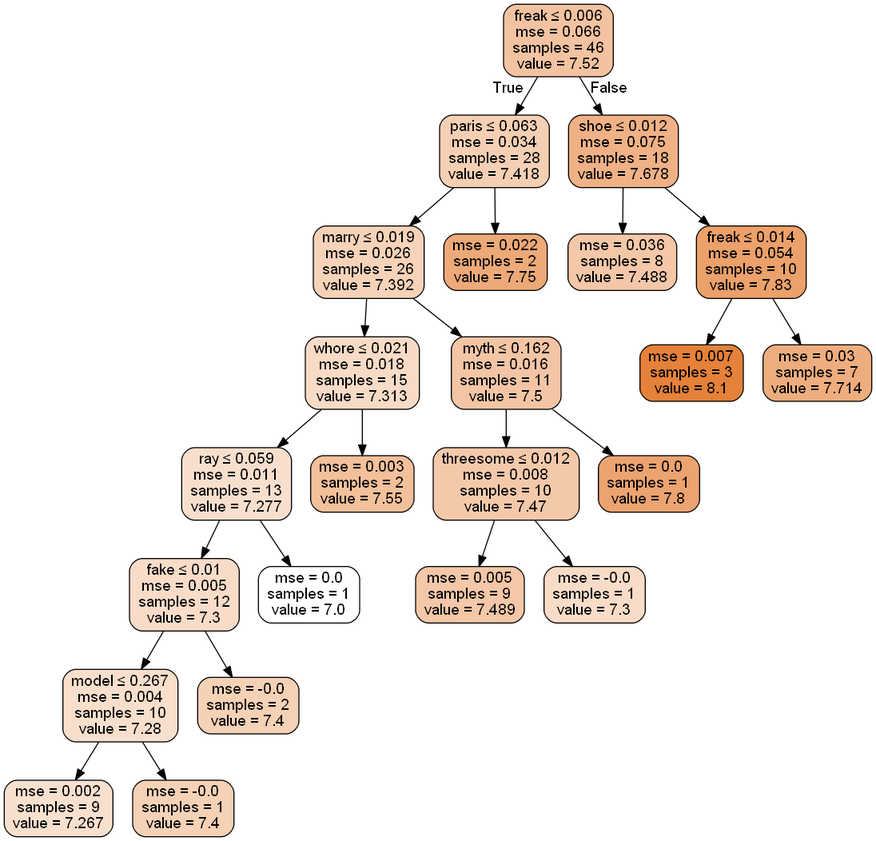
Above: Source.gv.png in ranilovi/SATC_rating_prediction (Graphviz), before the change. Its source is kept beside it as Source.gv.
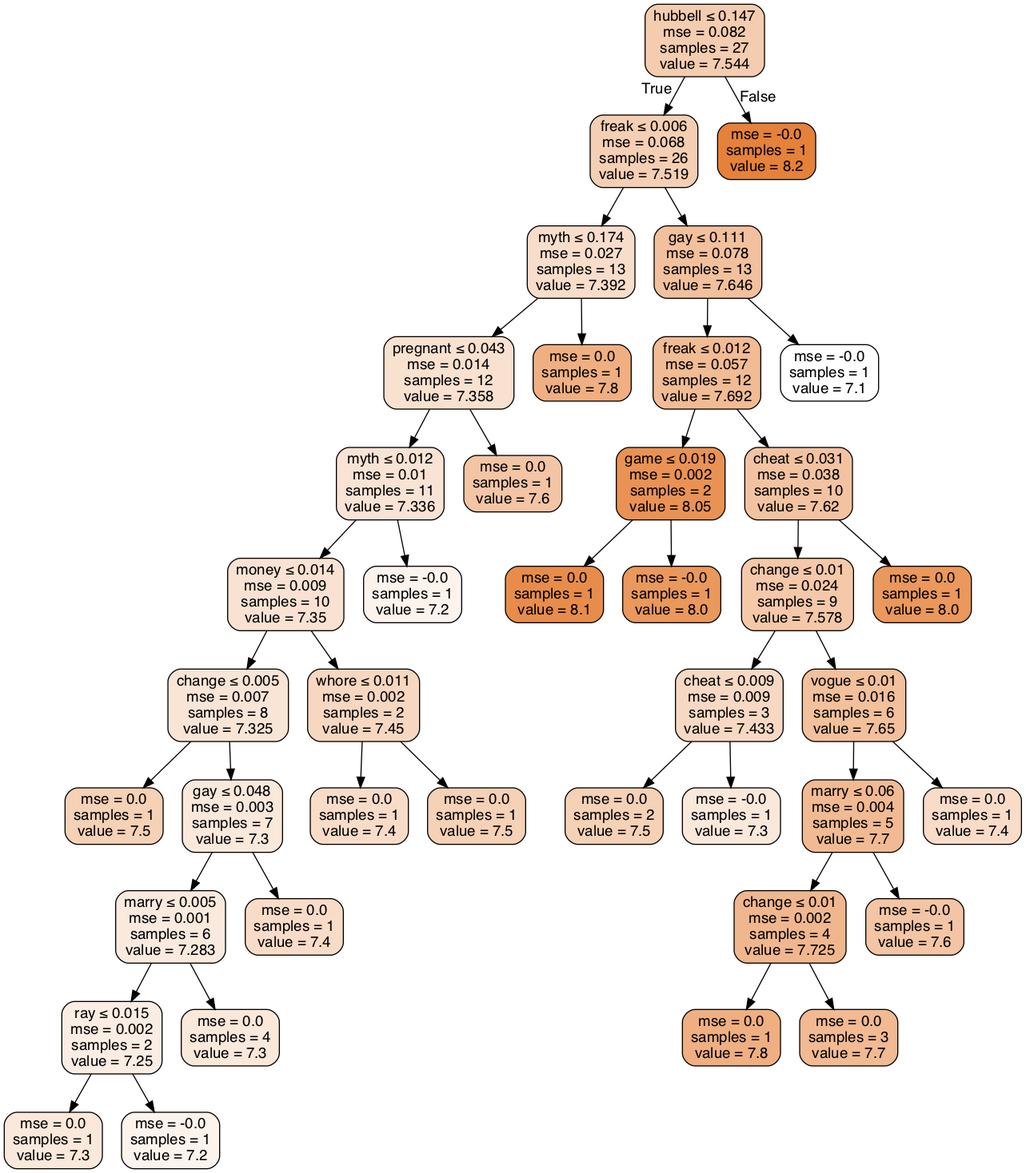
The same diagram one commit later.

Diff of the diagram source:
```diff
@@ -1,49 +1,85 @@
 digraph Tree {
 node [shape=box, style="filled, rounded", color="black", fontname=helvetica] ;
 edge [fontname=helvetica] ;
-0 [label=<freak &le; 0.006<br/>mse = 0.066<br/>samples = 46<br/>value = 7.52>, fillcolor="#e5813978"] ;
-1 [label=<paris &le; 0.063<br/>mse = 0.034<br/>samples = 28<br/>value = 7.418>, fillcolor="#e5813961"] ;
+0 [label=<hubbell &le; 0.147<br/>mse = 0.082<br/>samples = 27<br/>value = 7.544>, fillcolor="#e5813967"] ;
+1 [label=<freak &le; 0.006<br/>mse = 0.068<br/>samples = 26<br/>value = 7.519>, fillcolor="#e5813961"] ;
 0 -> 1 [labeldistance=2.5, labelangle=45, headlabel="True"] ;
-2 [label=<marry &le; 0.019<br/>mse = 0.026<br/>samples = 26<br/>value = 7.392>, fillcolor="#e581395b"] ;
+2 [label=<myth &le; 0.174<br/>mse = 0.027<br/>samples = 13<br/>value = 7.392>, fillcolor="#e5813944"] ;
 1 -> 2 ;
-3 [label=<whore &le; 0.021<br/>mse = 0.018<br/>samples = 15<br/>value = 7.313>, fillcolor="#e5813949"] ;
+3 [label=<pregnant &le; 0.043<br/>mse = 0.014<br/>samples = 12<br/>value = 7.358>, fillcolor="#e581393c"] ;
 2 -> 3 ;
-4 [label=<ray &le; 0.059<br/>mse = 0.011<br/>samples = 13<br/>value = 7.277>, fillcolor="#e5813940"] ;
+4 [label=<myth &le; 0.012<br/>mse = 0.01<br/>samples = 11<br/>value = 7.336>, fillcolor="#e5813937"] ;
 3 -> 4 ;
-5 [label=<fake &le; 0.01<br/>mse = 0.005<br/>samples = 12<br/>value = 7.3>, fillcolor="#e5813946"] ;
+5 [label=<money &le; 0.014<br/>mse = 0.009<br/>samples = 10<br/>value = 7.35>, fillcolor="#e581393a"] ;
 4 -> 5 ;
-6 [label=<model &le; 0.267<br/>mse = 0.004<br/>samples = 10<br/>value = 7.28>, fillcolor="#e5813941"] ;
+6 [label=<change &le; 0.005<br/>mse = 0.007<br/>samples = 8<br/>value = 7.325>, fillcolor="#e5813934"] ;
 5 -> 6 ;
-7 [label=<mse = 0.002<br/>samples = 9<br/>value = 7.267>, fillcolor="#e581393e"] ;
+7 [label=<mse = 0.0<br/>samples = 1<br/>value = 7.5>, fillcolor="#e581395d"] ;
 6 -> 7 ;
-8 [label=<mse = -0.0<br/>samples = 1<br/>value = 7.4>, fillcolor="#e581395d"] ;
+8 [label=<gay &le; 0.048<br/>mse = 0.003<br/>samples = 7<br/>value = 7.3>, fillcolor="#e581392e"] ;
 6 -> 8 ;
-9 [label=<mse = -0.0<br/>samples = 2<br/>value = 7.4>, fillcolor="#e581395d"] ;
-5 -> 9 ;
-10 [label=<mse = 0.0<br/>samples = 1<br/>value = 7.0>, fillcolor="#e5813900"] ;
-4 -> 10 ;
-11 [label=<mse = 0.003<br/>samples = 2<br/>value = 7.55>, fillcolor="#e5813980"] ;
-3 -> 11 ;
-12 [label=<myth &le; 0.162<br/>mse = 0.016<br/>samples = 11<br/>value = 7.5>, fillcolor="#e5813974"] ;
-2 -> 12 ;
-13 [label=<threesome &le; 0.012<br/>mse = 0.008<br/>samples = 10<br/>value = 7.47>, fillcolor="#e581396d"] ;
-12 -> 13 ;
-14 [label=<mse = 0.005<br/>samples = 9<br/>value = 7.489>, fillcolor="#e5813971"] ;
-13 -> 14 ;
-15 [label=<mse = -0.0<br/>samples = 1<br/>value = 7.3>, fillcolor="#e5813946"] ;
-13 -> 15 ;
-16 [label=<mse = 0.0<br/>samples = 1<br/>value = 7.8>, fillcolor="#e58139b9"] ;
-12 -> 16 ;
-17 [label=<mse = 0.022<br/>samples = 2<br/>value = 7.75>, fillcolor="#e58139ae"] ;
-1 -> 17 ;
-18 [label=<shoe &le; 0.012<br/>mse = 0.075<br/>samples = 18<br/>value = 7.678>, fillcolor="#e581399d"] ;
-0 -> 18 [labeldistance=2.5, labelangle=-45, headlabel="False"] ;
-19 [label=<mse = 0.036<br/>samples = 8<br/>value = 7.488>, fillcolor="#e5813971"] ;
-18 -> 19 ;
-20 [label=<freak &le; 0.014<br/>mse = 0.054<br/>samples = 10<br/>value = 7.83>, fillcolor="#e58139c0"] ;
-18 -> 20 ;
-21 [label=<mse = 0.007<br/>samples = 3<br/>value = 8.1>, fillcolor="#e58139ff"] ;
-20 -> 21 ;
-22 [label=<mse = 0.03<br/>samples = 7<br/>value = 7.714>, fillcolor="#e58139a6"] ;
-20 -> 22 ;
+9 [label=<marry &le; 0.005<br/>mse = 0.001<br/>samples = 6<br/>value = 7.283>, fillcolor="#e581392a"] ;
+8 -> 9 ;
+10 [label=<ray &le; 0.015<br/>mse = 0.002<br/>samples = 2<br/>value = 7.25>, fillcolor="#e5813923"] ;
+9 -> 10 ;
+11 [label=<mse = 0.0<br/>samples = 1<br/>value = 7.3>, fillcolor="#e581392e"] ;
+10 -> 11 ;
+12 [label=<mse = -0.0<br/>samples = 1<br/>value = 7.2>, fillcolor="#e5813917"] ;
+10 -> 12 ;
+13 [label=<mse = 0.0<br/>samples = 4<br/>value = 7.3>, fillcolor="#e581392e"] ;
+9 -> 13 ;
+14 [label=<mse = 0.0<br/>samples = 1<br/>value = 7.4>, fillcolor="#e5813946"] ;
+8 -> 14 ;
+15 [label=<whore &le; 0.011<br/>mse = 0.002<br/>samples = 2<br/>value = 7.45>, fillcolor="#e5813951"] ;
+5 -> 15 ;
+16 [label=<mse = 0.0<br/>samples = 1<br/>value = 7.4>, fillcolor="#e5813946"] ;
+15 -> 16 ;
+17 [label=<mse = 0.0<br/>samples = 1<br/>value = 7.5>, fillcolor="#e581395d"] ;
+15 -> 17 ;
+18 [label=<mse = -0.0<br/>samples = 1<br/>value = 7.2>, fillcolor="#e5813917"] ;
+4 -> 18 ;
+19 [label=<mse = 0.0<br/>samples = 1<br/>value = 7.6>, fillcolor="#e5813974"] ;
+3 -> 19 ;
+20 [label=<mse = 0.0<br/>samples = 1<br/>value = 7.8>, fillcolor="#e58139a2"] ;
+2 -> 20 ;
+21 [label=<gay &le; 0.111<br/>mse = 0.078<br/>samples = 13<br/>value = 7.646>, fillcolor="#e581397f"] ;
+1 -> 21 ;
+22 [label=<freak &le; 0.012<br/>mse = 0.057<br/>samples = 12<br/>value = 7.692>, fillcolor="#e5813989"] ;
+21 -> 22 ;
+23 [label=<game &le; 0.019<br/>mse = 0.002<br/>samples = 2<br/>value = 8.05>, fillcolor="#e58139dc"] ;
+22 -> 23 ;
+24 [label=<mse = 0.0<br/>samples = 1<br/>value = 8.1>, fillcolor="#e58139e8"] ;
+23 -> 24 ;
+25 [label=<mse = -0.0<br/>samples = 1<br/>value = 8.0>, fillcolor="#e58139d1"] ;
+23 -> 25 ;
+26 [label=<cheat &le; 0.031<br/>mse = 0.038<br/>samples = 10<br/>value = 7.62>, fillcolor="#e5813979"] ;
+22 -> 26 ;
+27 [label=<change &le; 0.01<br/>mse = 0.024<br/>samples = 9<br/>value = 7.578>, fillcolor="#e581396f"] ;
+26 -> 27 ;
+28 [label=<cheat &le; 0.009<br/>mse = 0.009<br/>samples = 3<br/>value = 7.433>, fillcolor="#e581394d"] ;
+27 -> 28 ;
+29 [label=<mse = 0.0<br/>samples = 2<br/>value = 7.5>, fillcolor="#e581395d"] ;
+28 -> 29 ;
+30 [label=<mse = -0.0<br/>samples = 1<br/>value = 7.3>, fillcolor="#e581392e"] ;
+28 -> 30 ;
+31 [label=<vogue &le; 0.01<br/>mse = 0.016<br/>samples = 6<br/>value = 7.65>, fillcolor="#e5813980"] ;
+27 -> 31 ;
+32 [label=<marry &le; 0.06<br/>mse = 0.004<br/>samples = 5<br/>value = 7.7>, fillcolor="#e581398b"] ;
+31 -> 32 ;
+33 [label=<change &le; 0.01<br/>mse = 0.002<br/>samples = 4<br/>value = 7.725>, fillcolor="#e5813991"] ;
+32 -> 33 ;
+34 [label=<mse = 0.0<br/>samples = 1<br/>value = 7.8>, fillcolor="#e58139a2"] ;
+33 -> 34 ;
+35 [label=<mse = 0.0<br/>samples = 3<br/>value = 7.7>, fillcolor="#e581398b"] ;
+33 -> 35 ;
+36 [label=<mse = -0.0<br/>samples = 1<br/>value = 7.6>, fillcolor="#e5813974"] ;
+32 -> 36 ;
+37 [label=<mse = 0.0<br/>samples = 1<br/>value = 7.4>, fillcolor="#e5813946"] ;
+31 -> 37 ;
+38 [label=<mse = 0.0<br/>samples = 1<br/>value = 8.0>, fillcolor="#e58139d1"] ;
+26 -> 38 ;
+39 [label=<mse = -0.0<br/>samples = 1<br/>value = 7.1>, fillcolor="#e5813900"] ;
+21 -> 39 ;
+40 [label=<mse = -0.0<br/>samples = 1<br/>value = 8.2>, fillcolor="#e58139ff"] ;
+0 -> 40 [labeldistance=2.5, labelangle=-45, headlabel="False"] ;
 }
```
